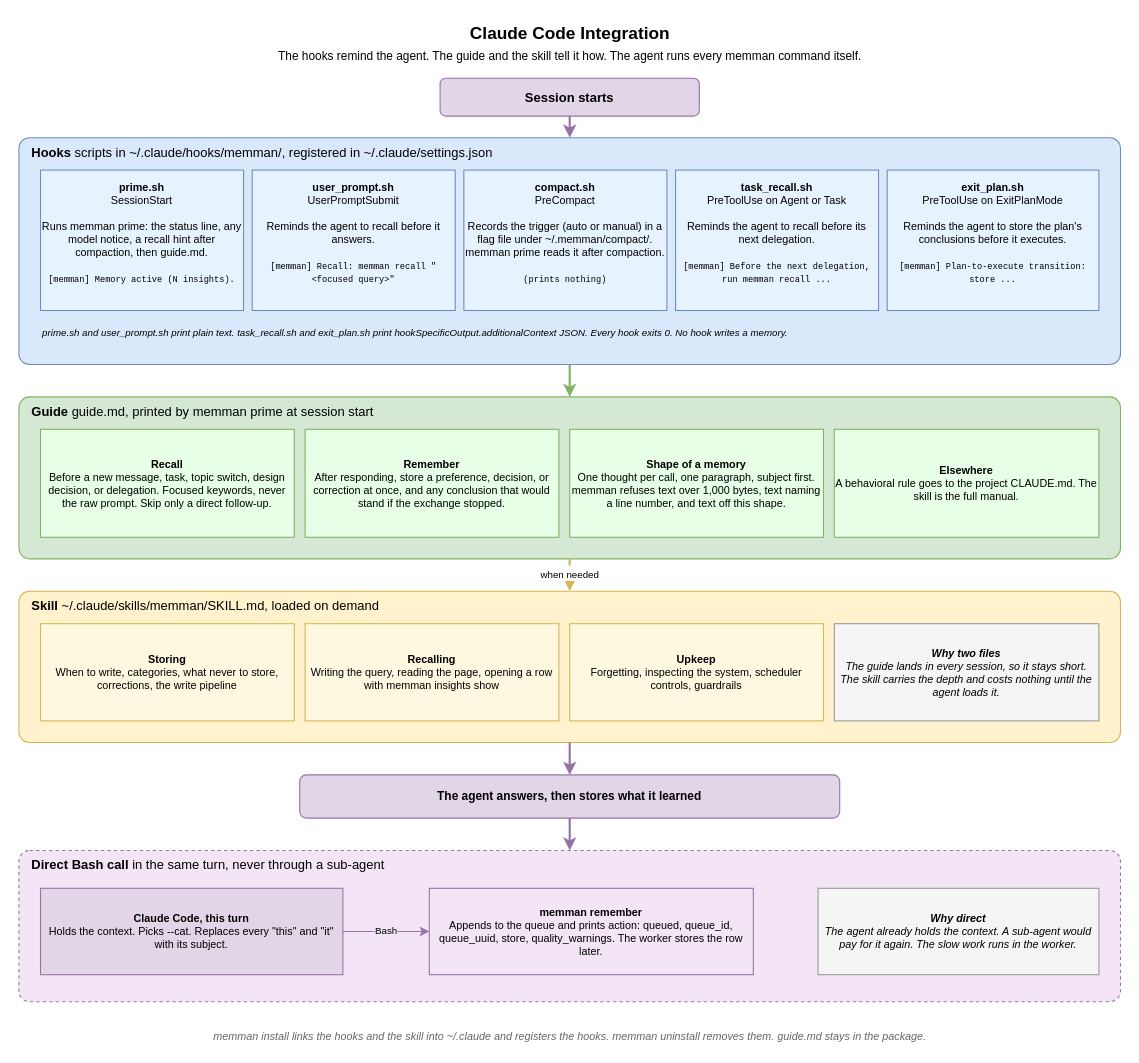
The draw.io diagram docs/diagrams/06-integration.drawio in bissli/memman, before the edit. Source tidied: cells renumbered, new cells numbered last; positions are measured from the earlier drawing's top-left corner, leaving out a move shared by most shapes. Both pictures are drawn from the tidied source at 108%, with x=0, y=0 at pixel (18, 18).
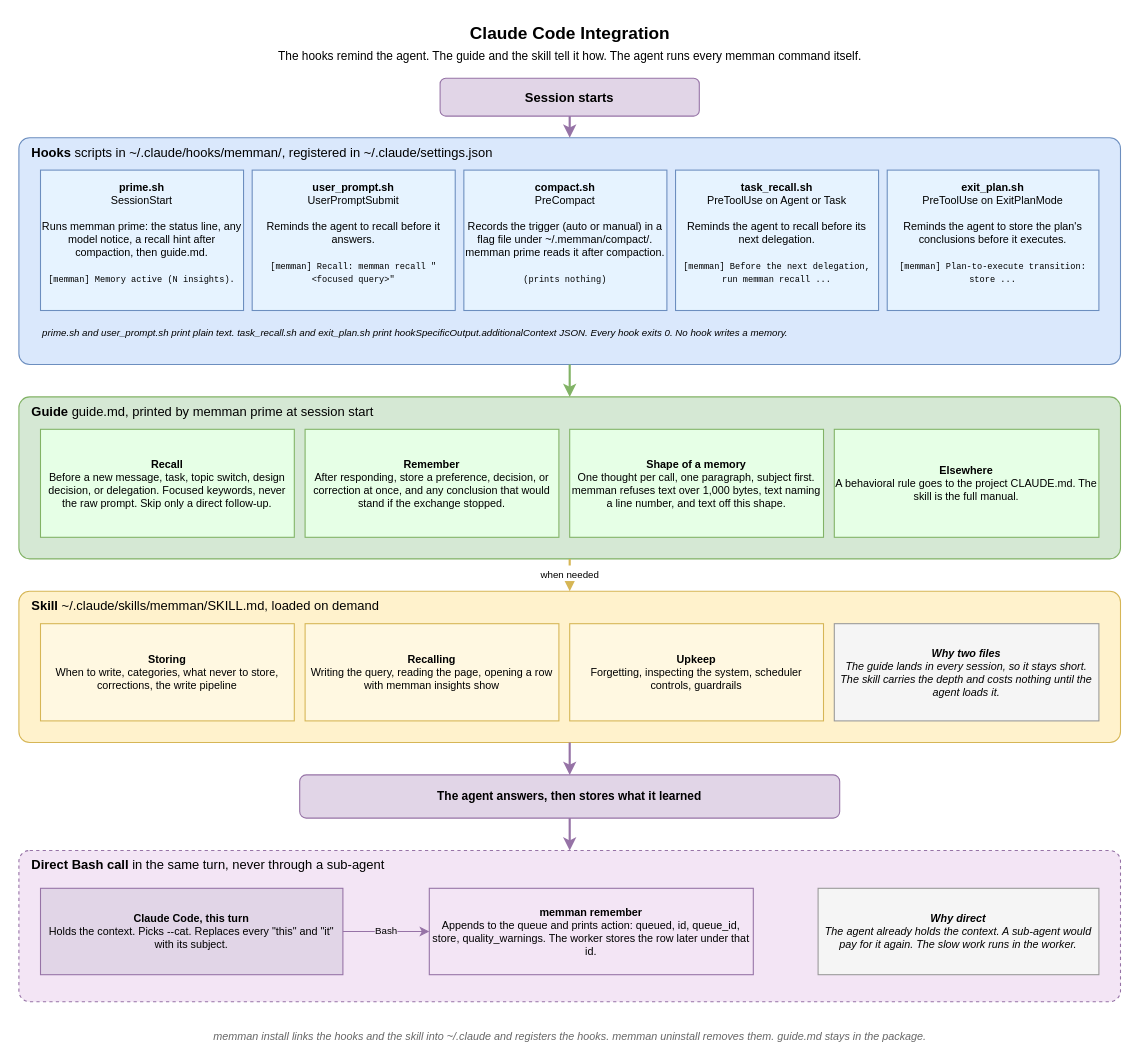
The same diagram, later.

Diff of the diagram source:
```diff
@@
-    <mxCell id="24" value="&lt;b&gt;memman remember&lt;/b&gt;&lt;br&gt;Appends to the queue and prints action: queued, queue_id, queue_uuid, store, quality_warnings. The worker stores the row later." style="rounded=0;whiteSpace=wrap;html=1;fillColor=#F3E5F5;strokeColor=#9673a6;fontSize=10;" parent="1" vertex="1">
+    <mxCell id="24" value="&lt;b&gt;memman remember&lt;/b&gt;&lt;br&gt;Appends to the queue and prints action: queued, id, queue_id, store, quality_warnings. The worker stores the row later under that id." style="rounded=0;whiteSpace=wrap;html=1;fillColor=#F3E5F5;strokeColor=#9673a6;fontSize=10;" parent="1" vertex="1">
       <mxGeometry x="380" y="805" width="300" height="80" as="geometry" />
     </mxCell>
```
